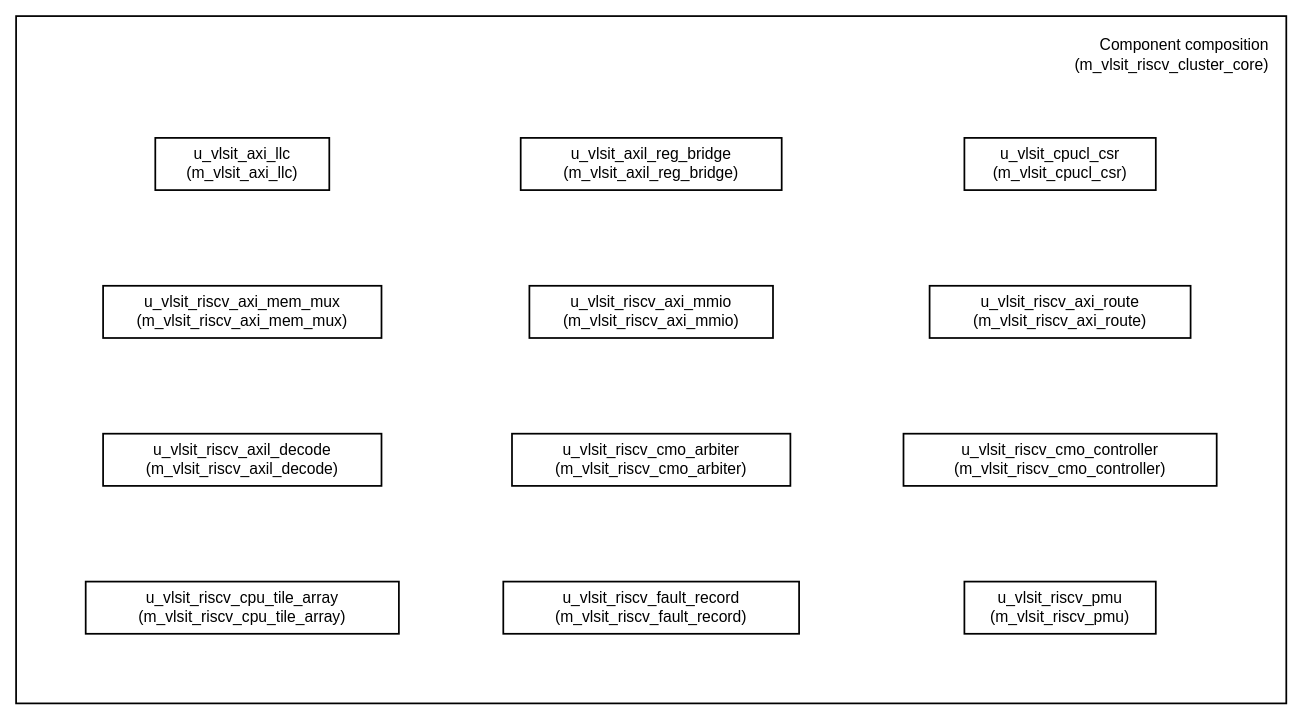
Before: page "BLOCK_DIAGRAM" (1 of 2) of doc/specification/figures/post_a06/m_vlsit_riscv_cluster_core.drawio in nguyenquanicd/VLSIT_RISCV_CPU, a draw.io diagram. Source tidied: cells renumbered, new cells numbered last; positions are measured from the earlier drawing's top-left corner, leaving out a move shared by most shapes. Both pictures are drawn from the tidied source at 87%, with x=0, y=0 at pixel (16, 16).
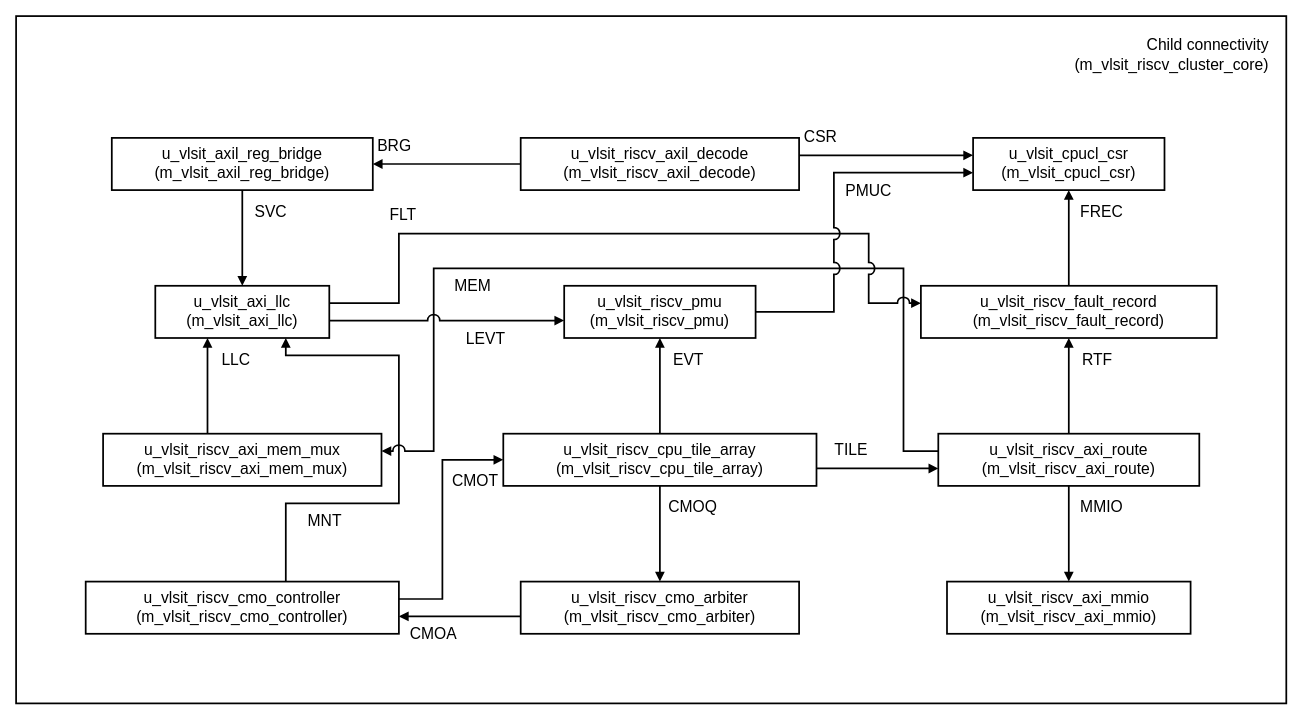
Above is the later version.

Change to the diagram source:
```diff
@@
-    <mxCell id="3" value="u_vlsit_riscv_cmo_controller&lt;br&gt;(m_vlsit_riscv_cmo_controller)" style="rounded=0;whiteSpace=wrap;html=1;fontSize=18;strokeWidth=2;fontColor=#000000;strokeColor=#000000;fillColor=#FFFFFF;align=center;verticalAlign=middle;spacing=4;" parent="1" vertex="1">
-      <mxGeometry x="1020" y="480" width="360" height="60" as="geometry" />
+    <mxCell id="3" value="u_vlsit_riscv_axi_route&lt;br&gt;(m_vlsit_riscv_axi_route)" style="rounded=0;whiteSpace=wrap;html=1;fontSize=18;strokeWidth=2;fontColor=#000000;strokeColor=#000000;fillColor=#FFFFFF;align=center;verticalAlign=middle;spacing=4;" parent="1" vertex="1">
+      <mxGeometry x="1060" y="480" width="300" height="60" as="geometry" />
     </mxCell>
-    <mxCell id="4" value="u_vlsit_riscv_cpu_tile_array&lt;br&gt;(m_vlsit_riscv_cpu_tile_array)" style="rounded=0;whiteSpace=wrap;html=1;fontSize=18;strokeWidth=2;fontColor=#000000;strokeColor=#000000;fillColor=#FFFFFF;align=center;verticalAlign=middle;spacing=4;" parent="1" vertex="1">
+    <mxCell id="4" value="u_vlsit_riscv_cmo_controller&lt;br&gt;(m_vlsit_riscv_cmo_controller)" style="rounded=0;whiteSpace=wrap;html=1;fontSize=18;strokeWidth=2;fontColor=#000000;strokeColor=#000000;fillColor=#FFFFFF;align=center;verticalAlign=middle;spacing=4;" parent="1" vertex="1">
       <mxGeometry x="80" y="650" width="360" height="60" as="geometry" />
     </mxCell>
-    <mxCell id="5" value="u_vlsit_riscv_fault_record&lt;br&gt;(m_vlsit_riscv_fault_record)" style="rounded=0;whiteSpace=wrap;html=1;fontSize=18;strokeWidth=2;fontColor=#000000;strokeColor=#000000;fillColor=#FFFFFF;align=center;verticalAlign=middle;spacing=4;" parent="1" vertex="1">
-      <mxGeometry x="560" y="650" width="340" height="60" as="geometry" />
+    <mxCell id="5" value="u_vlsit_riscv_cmo_arbiter&lt;br&gt;(m_vlsit_riscv_cmo_arbiter)" style="rounded=0;whiteSpace=wrap;html=1;fontSize=18;strokeWidth=2;fontColor=#000000;strokeColor=#000000;fillColor=#FFFFFF;align=center;verticalAlign=middle;spacing=4;" parent="1" vertex="1">
+      <mxGeometry x="580" y="650" width="320" height="60" as="geometry" />
     </mxCell>
-    <mxCell id="6" value="u_vlsit_riscv_pmu&lt;br&gt;(m_vlsit_riscv_pmu)" style="rounded=0;whiteSpace=wrap;html=1;fontSize=18;strokeWidth=2;fontColor=#000000;strokeColor=#000000;fillColor=#FFFFFF;align=center;verticalAlign=middle;spacing=4;" parent="1" vertex="1">
-      <mxGeometry x="1090" y="650" width="220" height="60" as="geometry" />
+    <mxCell id="6" value="u_vlsit_riscv_axi_mmio&lt;br&gt;(m_vlsit_riscv_axi_mmio)" style="rounded=0;whiteSpace=wrap;html=1;fontSize=18;strokeWidth=2;fontColor=#000000;strokeColor=#000000;fillColor=#FFFFFF;align=center;verticalAlign=middle;spacing=4;" parent="1" vertex="1">
+      <mxGeometry x="1070" y="650" width="280" height="60" as="geometry" />
     </mxCell>
-    <mxCell id="7" value="u_vlsit_axi_llc&lt;br&gt;(m_vlsit_axi_llc)" style="rounded=0;whiteSpace=wrap;html=1;fontSize=18;strokeWidth=2;fontColor=#000000;strokeColor=#000000;fillColor=#FFFFFF;align=center;verticalAlign=middle;spacing=4;" parent="1" vertex="1">
-      <mxGeometry x="160" y="140" width="200" height="60" as="geometry" />
+    <mxCell id="7" value="u_vlsit_axil_reg_bridge&lt;br&gt;(m_vlsit_axil_reg_bridge)" style="rounded=0;whiteSpace=wrap;html=1;fontSize=18;strokeWidth=2;fontColor=#000000;strokeColor=#000000;fillColor=#FFFFFF;align=center;verticalAlign=middle;spacing=4;" parent="1" vertex="1">
+      <mxGeometry x="110" y="140" width="300" height="60" as="geometry" />
     </mxCell>
-    <mxCell id="8" value="u_vlsit_axil_reg_bridge&lt;br&gt;(m_vlsit_axil_reg_bridge)" style="rounded=0;whiteSpace=wrap;html=1;fontSize=18;strokeWidth=2;fontColor=#000000;strokeColor=#000000;fillColor=#FFFFFF;align=center;verticalAlign=middle;spacing=4;" parent="1" vertex="1">
-      <mxGeometry x="580" y="140" width="300" height="60" as="geometry" />
+    <mxCell id="8" value="u_vlsit_riscv_axil_decode&lt;br&gt;(m_vlsit_riscv_axil_decode)" style="rounded=0;whiteSpace=wrap;html=1;fontSize=18;strokeWidth=2;fontColor=#000000;strokeColor=#000000;fillColor=#FFFFFF;align=center;verticalAlign=middle;spacing=4;" parent="1" vertex="1">
+      <mxGeometry x="580" y="140" width="320" height="60" as="geometry" />
     </mxCell>
     <mxCell id="9" value="u_vlsit_cpucl_csr&lt;br&gt;(m_vlsit_cpucl_csr)" style="rounded=0;whiteSpace=wrap;html=1;fontSize=18;strokeWidth=2;fontColor=#000000;strokeColor=#000000;fillColor=#FFFFFF;align=center;verticalAlign=middle;spacing=4;" parent="1" vertex="1">
-      <mxGeometry x="1090" y="140" width="220" height="60" as="geometry" />
+      <mxGeometry x="1100" y="140" width="220" height="60" as="geometry" />
     </mxCell>
-    <mxCell id="10" value="u_vlsit_riscv_axi_mem_mux&lt;br&gt;(m_vlsit_riscv_axi_mem_mux)" style="rounded=0;whiteSpace=wrap;html=1;fontSize=18;strokeWidth=2;fontColor=#000000;strokeColor=#000000;fillColor=#FFFFFF;align=center;verticalAlign=middle;spacing=4;" parent="1" vertex="1">
-      <mxGeometry x="100" y="310" width="320" height="60" as="geometry" />
+    <mxCell id="10" value="u_vlsit_axi_llc&lt;br&gt;(m_vlsit_axi_llc)" style="rounded=0;whiteSpace=wrap;html=1;fontSize=18;strokeWidth=2;fontColor=#000000;strokeColor=#000000;fillColor=#FFFFFF;align=center;verticalAlign=middle;spacing=4;" parent="1" vertex="1">
+      <mxGeometry x="160" y="310" width="200" height="60" as="geometry" />
     </mxCell>
-    <mxCell id="11" value="u_vlsit_riscv_axi_mmio&lt;br&gt;(m_vlsit_riscv_axi_mmio)" style="rounded=0;whiteSpace=wrap;html=1;fontSize=18;strokeWidth=2;fontColor=#000000;strokeColor=#000000;fillColor=#FFFFFF;align=center;verticalAlign=middle;spacing=4;" parent="1" vertex="1">
-      <mxGeometry x="590" y="310" width="280" height="60" as="geometry" />
+    <mxCell id="11" value="u_vlsit_riscv_pmu&lt;br&gt;(m_vlsit_riscv_pmu)" style="rounded=0;whiteSpace=wrap;html=1;fontSize=18;strokeWidth=2;fontColor=#000000;strokeColor=#000000;fillColor=#FFFFFF;align=center;verticalAlign=middle;spacing=4;" parent="1" vertex="1">
+      <mxGeometry x="630" y="310" width="220" height="60" as="geometry" />
     </mxCell>
-    <mxCell id="12" value="u_vlsit_riscv_axi_route&lt;br&gt;(m_vlsit_riscv_axi_route)" style="rounded=0;whiteSpace=wrap;html=1;fontSize=18;strokeWidth=2;fontColor=#000000;strokeColor=#000000;fillColor=#FFFFFF;align=center;verticalAlign=middle;spacing=4;" parent="1" vertex="1">
-      <mxGeometry x="1050" y="310" width="300" height="60" as="geometry" />
+    <mxCell id="12" value="u_vlsit_riscv_fault_record&lt;br&gt;(m_vlsit_riscv_fault_record)" style="rounded=0;whiteSpace=wrap;html=1;fontSize=18;strokeWidth=2;fontColor=#000000;strokeColor=#000000;fillColor=#FFFFFF;align=center;verticalAlign=middle;spacing=4;" parent="1" vertex="1">
+      <mxGeometry x="1040" y="310" width="340" height="60" as="geometry" />
     </mxCell>
-    <mxCell id="13" value="u_vlsit_riscv_axil_decode&lt;br&gt;(m_vlsit_riscv_axil_decode)" style="rounded=0;whiteSpace=wrap;html=1;fontSize=18;strokeWidth=2;fontColor=#000000;strokeColor=#000000;fillColor=#FFFFFF;align=center;verticalAlign=middle;spacing=4;" parent="1" vertex="1">
+    <mxCell id="13" value="u_vlsit_riscv_axi_mem_mux&lt;br&gt;(m_vlsit_riscv_axi_mem_mux)" style="rounded=0;whiteSpace=wrap;html=1;fontSize=18;strokeWidth=2;fontColor=#000000;strokeColor=#000000;fillColor=#FFFFFF;align=center;verticalAlign=middle;spacing=4;" parent="1" vertex="1">
       <mxGeometry x="100" y="480" width="320" height="60" as="geometry" />
     </mxCell>
-    <mxCell id="14" value="u_vlsit_riscv_cmo_arbiter&lt;br&gt;(m_vlsit_riscv_cmo_arbiter)" style="rounded=0;whiteSpace=wrap;html=1;fontSize=18;strokeWidth=2;fontColor=#000000;strokeColor=#000000;fillColor=#FFFFFF;align=center;verticalAlign=middle;spacing=4;" parent="1" vertex="1">
-      <mxGeometry x="570" y="480" width="320" height="60" as="geometry" />
+    <mxCell id="14" value="u_vlsit_riscv_cpu_tile_array&lt;br&gt;(m_vlsit_riscv_cpu_tile_array)" style="rounded=0;whiteSpace=wrap;html=1;fontSize=18;strokeWidth=2;fontColor=#000000;strokeColor=#000000;fillColor=#FFFFFF;align=center;verticalAlign=middle;spacing=4;" parent="1" vertex="1">
+      <mxGeometry x="560" y="480" width="360" height="60" as="geometry" />
     </mxCell>
-    <mxCell id="15" value="Component composition&lt;br&gt;(m_vlsit_riscv_cluster_core)" style="text;html=1;whiteSpace=wrap;strokeColor=none;fillColor=none;align=right;verticalAlign=middle;rounded=0;fontSize=18;fontColor=#000000;spacing=2;" parent="1" vertex="1">
+    <mxCell id="15" value="Child connectivity&lt;br&gt;(m_vlsit_riscv_cluster_core)" style="text;html=1;whiteSpace=wrap;strokeColor=none;fillColor=none;align=right;verticalAlign=middle;rounded=0;fontSize=18;fontColor=#000000;spacing=2;" parent="1" vertex="1">
       <mxGeometry x="1142" y="20" width="300" height="50" as="geometry" />
     </mxCell>
+    <mxCell id="16" value="CMOQ" style="text;html=1;whiteSpace=wrap;strokeColor=none;fillColor=none;align=center;verticalAlign=middle;rounded=0;fontSize=18;fontColor=#000000;spacing=2;" parent="1" vertex="1">
+      <mxGeometry x="748" y="550" width="60" height="30" as="geometry" />
+    </mxCell>
+    <mxCell id="17" value="CMOA" style="text;html=1;whiteSpace=wrap;strokeColor=none;fillColor=none;align=center;verticalAlign=middle;rounded=0;fontSize=18;fontColor=#000000;spacing=2;" parent="1" vertex="1">
+      <mxGeometry x="450" y="696" width="60" height="30" as="geometry" />
+    </mxCell>
+    <mxCell id="18" value="MNT" style="text;html=1;whiteSpace=wrap;strokeColor=none;fillColor=none;align=center;verticalAlign=middle;rounded=0;fontSize=18;fontColor=#000000;spacing=2;" parent="1" vertex="1">
+      <mxGeometry x="330" y="566" width="50" height="30" as="geometry" />
+    </mxCell>
+    <mxCell id="19" value="CMOT" style="text;html=1;whiteSpace=wrap;strokeColor=none;fillColor=none;align=center;verticalAlign=middle;rounded=0;fontSize=18;fontColor=#000000;spacing=2;" parent="1" vertex="1">
+      <mxGeometry x="498" y="520" width="60" height="30" as="geometry" />
+    </mxCell>
+    <mxCell id="20" value="TILE" style="text;html=1;whiteSpace=wrap;strokeColor=none;fillColor=none;align=center;verticalAlign=middle;rounded=0;fontSize=18;fontColor=#000000;spacing=2;" parent="1" vertex="1">
+      <mxGeometry x="930" y="484" width="60" height="30" as="geometry" />
+    </mxCell>
+    <mxCell id="21" value="EVT" style="text;html=1;whiteSpace=wrap;strokeColor=none;fillColor=none;align=center;verticalAlign=middle;rounded=0;fontSize=18;fontColor=#000000;spacing=2;" parent="1" vertex="1">
+      <mxGeometry x="748" y="380" width="50" height="30" as="geometry" />
+    </mxCell>
+    <mxCell id="22" value="RTF" style="text;html=1;whiteSpace=wrap;strokeColor=none;fillColor=none;align=center;verticalAlign=middle;rounded=0;fontSize=18;fontColor=#000000;spacing=2;" parent="1" vertex="1">
+      <mxGeometry x="1218" y="380" width="50" height="30" as="geometry" />
+    </mxCell>
+    <mxCell id="23" value="MEM" style="text;html=1;whiteSpace=wrap;strokeColor=none;fillColor=none;align=center;verticalAlign=middle;rounded=0;fontSize=18;fontColor=#000000;spacing=2;" parent="1" vertex="1">
+      <mxGeometry x="500" y="296" width="50" height="30" as="geometry" />
+    </mxCell>
+    <mxCell id="24" value="MMIO" style="text;html=1;whiteSpace=wrap;strokeColor=none;fillColor=none;align=center;verticalAlign=middle;rounded=0;fontSize=18;fontColor=#000000;spacing=2;" parent="1" vertex="1">
+      <mxGeometry x="1218" y="550" width="60" height="30" as="geometry" />
+    </mxCell>
+    <mxCell id="25" value="LLC" style="text;html=1;whiteSpace=wrap;strokeColor=none;fillColor=none;align=center;verticalAlign=middle;rounded=0;fontSize=18;fontColor=#000000;spacing=2;" parent="1" vertex="1">
+      <mxGeometry x="228" y="380" width="50" height="30" as="geometry" />
+    </mxCell>
+    <mxCell id="26" value="SVC" style="text;html=1;whiteSpace=wrap;strokeColor=none;fillColor=none;align=center;verticalAlign=middle;rounded=0;fontSize=18;fontColor=#000000;spacing=2;" parent="1" vertex="1">
+      <mxGeometry x="268" y="210" width="50" height="30" as="geometry" />
+    </mxCell>
+    <mxCell id="27" value="FLT" style="text;html=1;whiteSpace=wrap;strokeColor=none;fillColor=none;align=center;verticalAlign=middle;rounded=0;fontSize=18;fontColor=#000000;spacing=2;" parent="1" vertex="1">
+      <mxGeometry x="420" y="214" width="50" height="30" as="geometry" />
+    </mxCell>
+    <mxCell id="28" value="LEVT" style="text;html=1;whiteSpace=wrap;strokeColor=none;fillColor=none;align=center;verticalAlign=middle;rounded=0;fontSize=18;fontColor=#000000;spacing=2;" parent="1" vertex="1">
+      <mxGeometry x="510" y="356" width="60" height="30" as="geometry" />
+    </mxCell>
+    <mxCell id="29" value="FREC" style="text;html=1;whiteSpace=wrap;strokeColor=none;fillColor=none;align=center;verticalAlign=middle;rounded=0;fontSize=18;fontColor=#000000;spacing=2;" parent="1" vertex="1">
+      <mxGeometry x="1218" y="210" width="60" height="30" as="geometry" />
+    </mxCell>
+    <mxCell id="30" value="PMUC" style="text;html=1;whiteSpace=wrap;strokeColor=none;fillColor=none;align=center;verticalAlign=middle;rounded=0;fontSize=18;fontColor=#000000;spacing=2;" parent="1" vertex="1">
+      <mxGeometry x="950" y="186" width="60" height="30" as="geometry" />
+    </mxCell>
+    <mxCell id="31" value="BRG" style="text;html=1;whiteSpace=wrap;strokeColor=none;fillColor=none;align=center;verticalAlign=middle;rounded=0;fontSize=18;fontColor=#000000;spacing=2;" parent="1" vertex="1">
+      <mxGeometry x="410" y="134" width="50" height="30" as="geometry" />
+    </mxCell>
+    <mxCell id="32" value="CSR" style="text;html=1;whiteSpace=wrap;strokeColor=none;fillColor=none;align=center;verticalAlign=middle;rounded=0;fontSize=18;fontColor=#000000;spacing=2;" parent="1" vertex="1">
+      <mxGeometry x="900" y="124" width="50" height="30" as="geometry" />
+    </mxCell>
+    <mxCell id="33" style="endArrow=block;html=1;rounded=0;fontSize=18;strokeWidth=2;endFill=1;fontColor=#000000;strokeColor=#000000;fillColor=#FFFFFF;jumpStyle=arc;jumpSize=12;exitX=0.5000;exitY=1.0000;exitPerimeter=0;entryX=0.5000;entryY=0.0000;entryPerimeter=0;" parent="1" edge="1" source="14" target="5">
+      <mxGeometry relative="1" as="geometry" />
+    </mxCell>
+    <mxCell id="34" style="endArrow=block;html=1;rounded=0;fontSize=18;strokeWidth=2;endFill=1;fontColor=#000000;strokeColor=#000000;fillColor=#FFFFFF;jumpStyle=arc;jumpSize=12;exitX=0.0000;exitY=0.6667;exitPerimeter=0;entryX=1.0000;entryY=0.6667;entryPerimeter=0;" parent="1" edge="1" source="5" target="4">
+      <mxGeometry relative="1" as="geometry" />
+    </mxCell>
+    <mxCell id="35" style="endArrow=block;html=1;rounded=0;fontSize=18;strokeWidth=2;endFill=1;fontColor=#000000;strokeColor=#000000;fillColor=#FFFFFF;jumpStyle=arc;jumpSize=12;exitX=0.6389;exitY=0.0000;exitPerimeter=0;entryX=0.7500;entryY=1.0000;entryPerimeter=0;" parent="1" edge="1" source="4" target="10">
+      <mxGeometry relative="1" as="geometry">
+        <Array as="points">
+          <mxPoint x="310" y="560" />
+          <mxPoint x="440" y="560" />
+          <mxPoint x="440" y="390" />
+          <mxPoint x="310" y="390" />
+        </Array>
+      </mxGeometry>
+    </mxCell>
+    <mxCell id="36" style="endArrow=block;html=1;rounded=0;fontSize=18;strokeWidth=2;endFill=1;fontColor=#000000;strokeColor=#000000;fillColor=#FFFFFF;jumpStyle=arc;jumpSize=12;exitX=1.0000;exitY=0.6667;exitPerimeter=0;entryX=0.0000;entryY=0.6667;entryPerimeter=0;" parent="1" edge="1" source="14" target="3">
+      <mxGeometry relative="1" as="geometry" />
+    </mxCell>
+    <mxCell id="37" style="endArrow=block;html=1;rounded=0;fontSize=18;strokeWidth=2;endFill=1;fontColor=#000000;strokeColor=#000000;fillColor=#FFFFFF;jumpStyle=arc;jumpSize=12;exitX=0.5000;exitY=0.0000;exitPerimeter=0;entryX=0.5000;entryY=1.0000;entryPerimeter=0;" parent="1" edge="1" source="14" target="11">
+      <mxGeometry relative="1" as="geometry" />
+    </mxCell>
+    <mxCell id="38" style="endArrow=block;html=1;rounded=0;fontSize=18;strokeWidth=2;endFill=1;fontColor=#000000;strokeColor=#000000;fillColor=#FFFFFF;jumpStyle=arc;jumpSize=12;exitX=0.5000;exitY=0.0000;exitPerimeter=0;entryX=0.5000;entryY=1.0000;entryPerimeter=0;" parent="1" edge="1" source="3" target="12">
+      <mxGeometry relative="1" as="geometry" />
+    </mxCell>
+    <mxCell id="39" style="endArrow=block;html=1;rounded=0;fontSize=18;strokeWidth=2;endFill=1;fontColor=#000000;strokeColor=#000000;fillColor=#FFFFFF;jumpStyle=arc;jumpSize=12;exitX=0.0000;exitY=0.3333;exitPerimeter=0;entryX=1.0000;entryY=0.3333;entryPerimeter=0;" parent="1" edge="1" source="3" target="13">
+      <mxGeometry relative="1" as="geometry">
+        <Array as="points">
+          <mxPoint x="1020" y="500" />
+          <mxPoint x="1020" y="290" />
+          <mxPoint x="480" y="290" />
+          <mxPoint x="480" y="500" />
+        </Array>
+      </mxGeometry>
+    </mxCell>
+    <mxCell id="40" style="endArrow=block;html=1;rounded=0;fontSize=18;strokeWidth=2;endFill=1;fontColor=#000000;strokeColor=#000000;fillColor=#FFFFFF;jumpStyle=arc;jumpSize=12;exitX=0.5000;exitY=1.0000;exitPerimeter=0;entryX=0.5000;entryY=0.0000;entryPerimeter=0;" parent="1" edge="1" source="3" target="6">
+      <mxGeometry relative="1" as="geometry" />
+    </mxCell>
+    <mxCell id="41" style="endArrow=block;html=1;rounded=0;fontSize=18;strokeWidth=2;endFill=1;fontColor=#000000;strokeColor=#000000;fillColor=#FFFFFF;jumpStyle=arc;jumpSize=12;exitX=0.3750;exitY=0.0000;exitPerimeter=0;entryX=0.3000;entryY=1.0000;entryPerimeter=0;" parent="1" edge="1" source="13" target="10">
+      <mxGeometry relative="1" as="geometry" />
+    </mxCell>
+    <mxCell id="42" style="endArrow=block;html=1;rounded=0;fontSize=18;strokeWidth=2;endFill=1;fontColor=#000000;strokeColor=#000000;fillColor=#FFFFFF;jumpStyle=arc;jumpSize=12;exitX=0.5000;exitY=1.0000;exitPerimeter=0;entryX=0.5000;entryY=0.0000;entryPerimeter=0;" parent="1" edge="1" source="7" target="10">
+      <mxGeometry relative="1" as="geometry" />
+    </mxCell>
+    <mxCell id="43" style="endArrow=block;html=1;rounded=0;fontSize=18;strokeWidth=2;endFill=1;fontColor=#000000;strokeColor=#000000;fillColor=#FFFFFF;jumpStyle=arc;jumpSize=12;exitX=1.0000;exitY=0.3333;exitPerimeter=0;entryX=0.0000;entryY=0.3333;entryPerimeter=0;" parent="1" edge="1" source="10" target="12">
+      <mxGeometry relative="1" as="geometry">
+        <Array as="points">
+          <mxPoint x="440" y="330" />
+          <mxPoint x="440" y="250" />
+          <mxPoint x="980" y="250" />
+          <mxPoint x="980" y="330" />
+        </Array>
+      </mxGeometry>
+    </mxCell>
+    <mxCell id="44" style="endArrow=block;html=1;rounded=0;fontSize=18;strokeWidth=2;endFill=1;fontColor=#000000;strokeColor=#000000;fillColor=#FFFFFF;jumpStyle=arc;jumpSize=12;exitX=1.0000;exitY=0.6667;exitPerimeter=0;entryX=0.0000;entryY=0.6667;entryPerimeter=0;" parent="1" edge="1" source="10" target="11">
+      <mxGeometry relative="1" as="geometry" />
+    </mxCell>
+    <mxCell id="45" style="endArrow=block;html=1;rounded=0;fontSize=18;strokeWidth=2;endFill=1;fontColor=#000000;strokeColor=#000000;fillColor=#FFFFFF;jumpStyle=arc;jumpSize=12;exitX=0.5000;exitY=0.0000;exitPerimeter=0;entryX=0.5000;entryY=1.0000;entryPerimeter=0;" parent="1" edge="1" source="12" target="9">
+      <mxGeometry relative="1" as="geometry" />
+    </mxCell>
+    <mxCell id="46" style="endArrow=block;html=1;rounded=0;fontSize=18;strokeWidth=2;endFill=1;fontColor=#000000;strokeColor=#000000;fillColor=#FFFFFF;jumpStyle=arc;jumpSize=12;exitX=0.0000;exitY=0.5000;exitPerimeter=0;entryX=1.0000;entryY=0.5000;entryPerimeter=0;" parent="1" edge="1" source="8" target="7">
+      <mxGeometry relative="1" as="geometry" />
+    </mxCell>
+    <mxCell id="47" style="endArrow=block;html=1;rounded=0;fontSize=18;strokeWidth=2;endFill=1;fontColor=#000000;strokeColor=#000000;fillColor=#FFFFFF;jumpStyle=arc;jumpSize=12;exitX=1.0000;exitY=0.3333;exitPerimeter=0;entryX=0.0000;entryY=0.3333;entryPerimeter=0;" parent="1" edge="1" source="8" target="9">
+      <mxGeometry relative="1" as="geometry" />
+    </mxCell>
+    <mxCell id="48" style="endArrow=block;html=1;rounded=0;fontSize=18;strokeWidth=2;endFill=1;fontColor=#000000;strokeColor=#000000;fillColor=#FFFFFF;jumpStyle=arc;jumpSize=12;exitX=1.0000;exitY=0.3333;exitPerimeter=0;entryX=0.0000;entryY=0.5000;entryPerimeter=0;" parent="1" edge="1" source="4" target="14">
+      <mxGeometry relative="1" as="geometry">
+        <Array as="points">
+          <mxPoint x="490" y="670" />
+          <mxPoint x="490" y="510" />
+        </Array>
+      </mxGeometry>
+    </mxCell>
+    <mxCell id="49" style="endArrow=block;html=1;rounded=0;fontSize=18;strokeWidth=2;endFill=1;fontColor=#000000;strokeColor=#000000;fillColor=#FFFFFF;jumpStyle=arc;jumpSize=12;exitX=1.0000;exitY=0.5000;exitPerimeter=0;entryX=0.0000;entryY=0.6667;entryPerimeter=0;" parent="1" edge="1" source="11" target="9">
+      <mxGeometry relative="1" as="geometry">
+        <Array as="points">
+          <mxPoint x="940" y="340" />
+          <mxPoint x="940" y="180" />
+        </Array>
+      </mxGeometry>
+    </mxCell>
```
